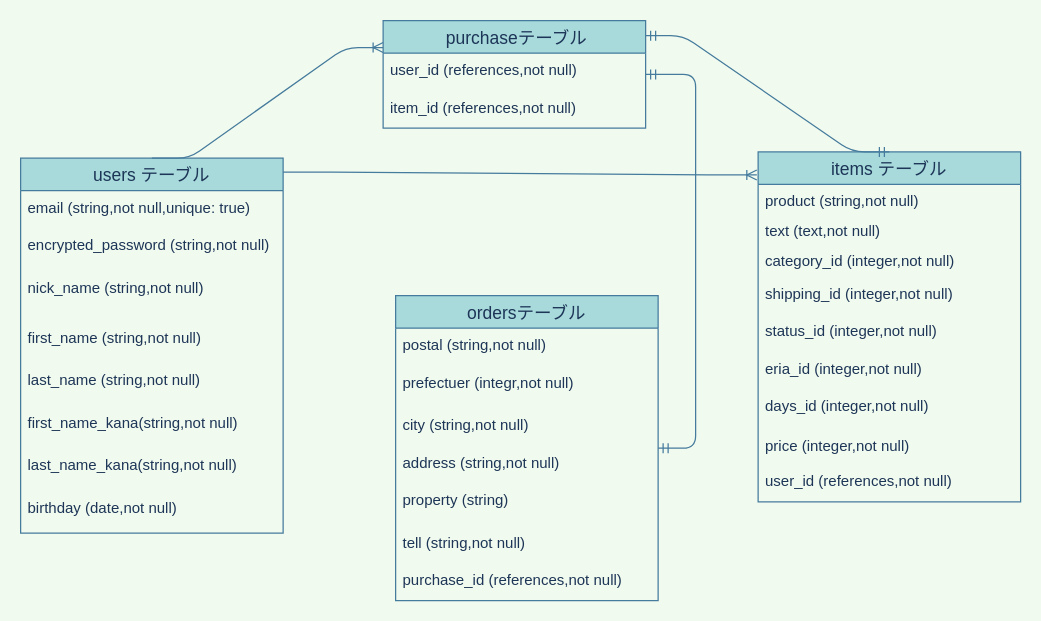
ucchiii0210/furima-32884 keeps this draw.io diagram as app/er.dio. Above is the earlier version. Source tidied: cells renumbered, new cells numbered last; positions are measured from the earlier drawing's top-left corner, leaving out a move shared by most shapes. Both pictures are drawn from the tidied source at 125%, with x=0, y=0 at pixel (20, 20).
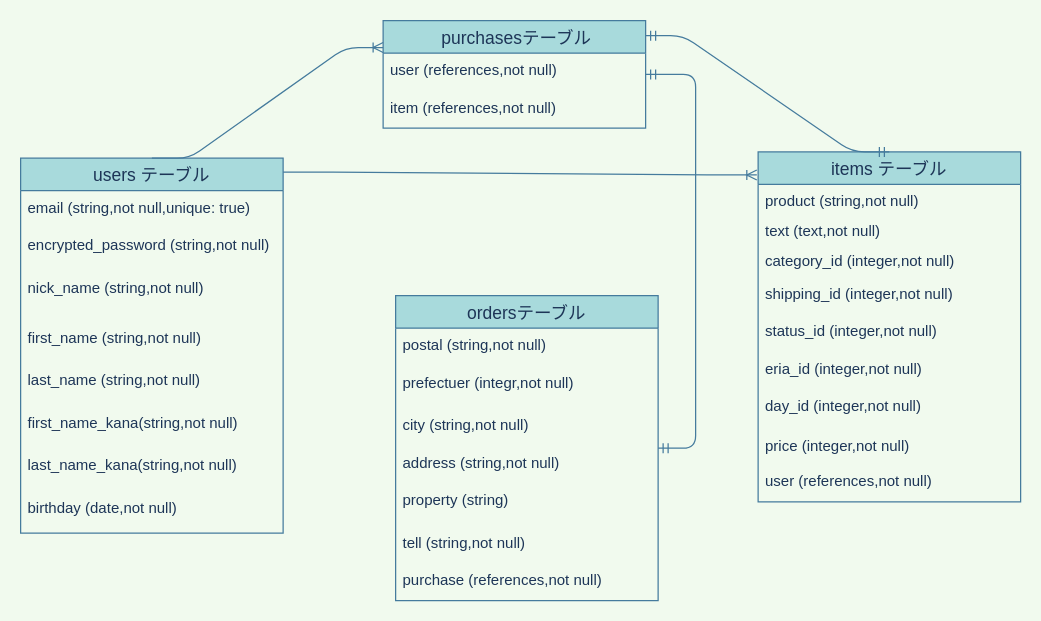
Above is the later version.

Commit message (it also covers changes not shown here):
ER図とreadmeの修正

The change refers to these unchanged cells:
```xml
<mxCell id="12" value="items テーブル" style="swimlane;fontStyle=0;horizontal=1;startSize=26;align=center;fontSize=14;direction=east;fillColor=#A8DADC;strokeColor=#457B9D;fontColor=#1D3557;" parent="1" vertex="1">
  <mxGeometry x="590" y="105" width="210" height="280" as="geometry" />
</mxCell>
<mxCell id="26" value="ordersテーブル" style="swimlane;fontStyle=0;horizontal=1;startSize=26;align=center;fontSize=14;fillColor=#A8DADC;fontColor=#1D3557;labelBorderColor=none;strokeColor=#457B9D;" parent="1" vertex="1">
  <mxGeometry x="300" y="220" width="210" height="244" as="geometry" />
</mxCell>
```

The edit, as a diff of the source:
```diff
@@
-    <mxCell id="19" value="days_id (integer,not null)" style="text;strokeColor=none;fillColor=none;spacingLeft=4;spacingRight=4;overflow=hidden;fontSize=12;fontColor=#1D3557;" parent="12" vertex="1">
+    <mxCell id="19" value="day_id (integer,not null)" style="text;strokeColor=none;fillColor=none;spacingLeft=4;spacingRight=4;overflow=hidden;fontSize=12;fontColor=#1D3557;" parent="12" vertex="1">
       <mxGeometry y="190" width="210" height="32" as="geometry" />
     </mxCell>
@@
-    <mxCell id="21" value="user_id (references,not null)&#10;" style="text;strokeColor=none;fillColor=none;spacingLeft=4;spacingRight=4;overflow=hidden;fontSize=12;fontColor=#1D3557;" parent="12" vertex="1">
+    <mxCell id="21" value="user (references,not null)&#10;" style="text;strokeColor=none;fillColor=none;spacingLeft=4;spacingRight=4;overflow=hidden;fontSize=12;fontColor=#1D3557;" parent="12" vertex="1">
       <mxGeometry y="250" width="210" height="30" as="geometry" />
     </mxCell>
-    <mxCell id="22" value=" purchaseテーブル" style="swimlane;fontStyle=0;horizontal=1;startSize=26;align=center;fontSize=14;fillColor=#A8DADC;strokeColor=#457B9D;fontColor=#1D3557;" parent="1" vertex="1">
+    <mxCell id="22" value=" purchasesテーブル" style="swimlane;fontStyle=0;horizontal=1;startSize=26;align=center;fontSize=14;fillColor=#A8DADC;strokeColor=#457B9D;fontColor=#1D3557;" parent="1" vertex="1">
       <mxGeometry x="290" width="210" height="86" as="geometry" />
     </mxCell>
-    <mxCell id="23" value="user_id (references,not null)&#10;" style="text;strokeColor=none;fillColor=none;spacingLeft=4;spacingRight=4;overflow=hidden;fontSize=12;fontColor=#1D3557;" parent="22" vertex="1">
+    <mxCell id="23" value="user (references,not null)&#10;" style="text;strokeColor=none;fillColor=none;spacingLeft=4;spacingRight=4;overflow=hidden;fontSize=12;fontColor=#1D3557;" parent="22" vertex="1">
       <mxGeometry y="26" width="210" height="30" as="geometry" />
     </mxCell>
-    <mxCell id="24" value="item_id (references,not null)&#10;" style="text;strokeColor=none;fillColor=none;spacingLeft=4;spacingRight=4;overflow=hidden;fontSize=12;fontColor=#1D3557;" parent="22" vertex="1">
+    <mxCell id="24" value="item (references,not null)&#10;" style="text;strokeColor=none;fillColor=none;spacingLeft=4;spacingRight=4;overflow=hidden;fontSize=12;fontColor=#1D3557;" parent="22" vertex="1">
       <mxGeometry y="56" width="210" height="30" as="geometry" />
     </mxCell>
@@
-    <mxCell id="33" value="purchase_id (references,not null)&#10;" style="text;strokeColor=none;fillColor=none;spacingLeft=4;spacingRight=4;overflow=hidden;fontSize=12;fontColor=#1D3557;" parent="26" vertex="1">
+    <mxCell id="33" value="purchase (references,not null)&#10;" style="text;strokeColor=none;fillColor=none;spacingLeft=4;spacingRight=4;overflow=hidden;fontSize=12;fontColor=#1D3557;" parent="26" vertex="1">
       <mxGeometry y="214" width="210" height="30" as="geometry" />
     </mxCell>
```
